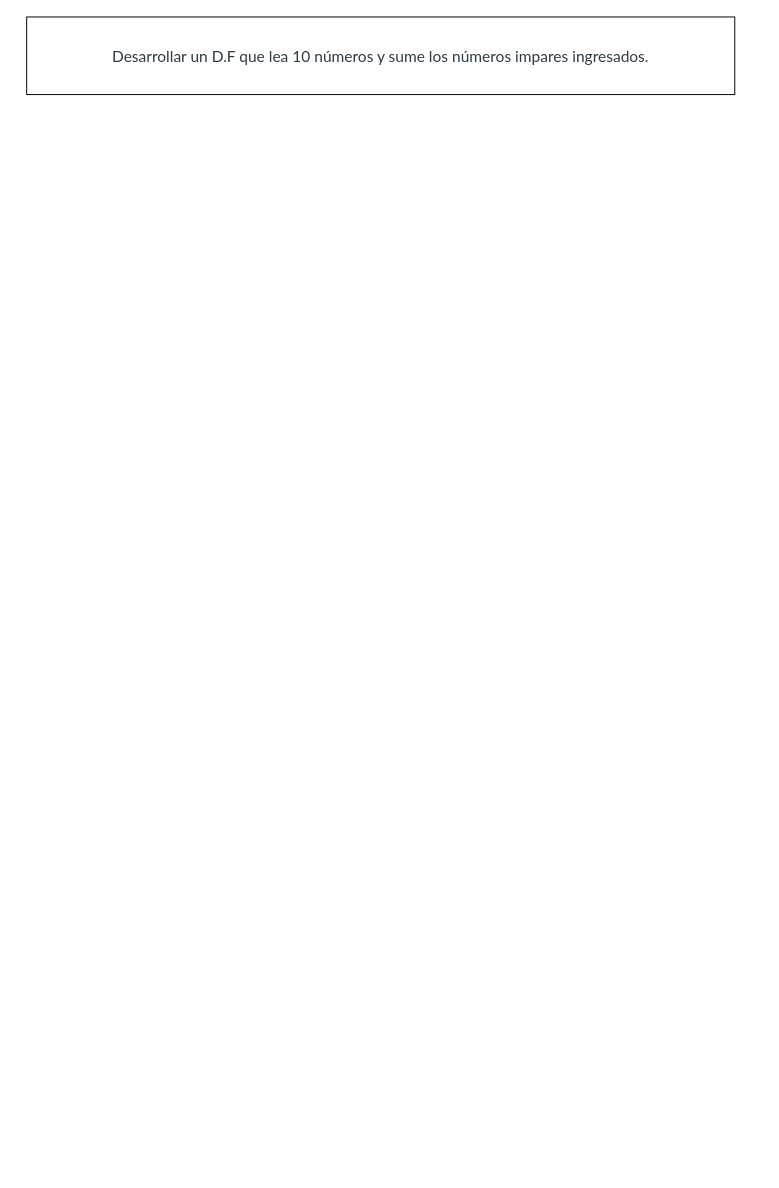
This is page "Page-4" (4 of 4) of Untitled Diagram.drawio from 12RodrigoDuran/Formula, a draw.io file, before an edit. Source tidied: cells renumbered, new cells numbered last; positions are measured from the earlier drawing's top-left corner, leaving out a move shared by most shapes. Both pictures are drawn from the tidied source at 97%, with x=0, y=0 at pixel (26, 16).
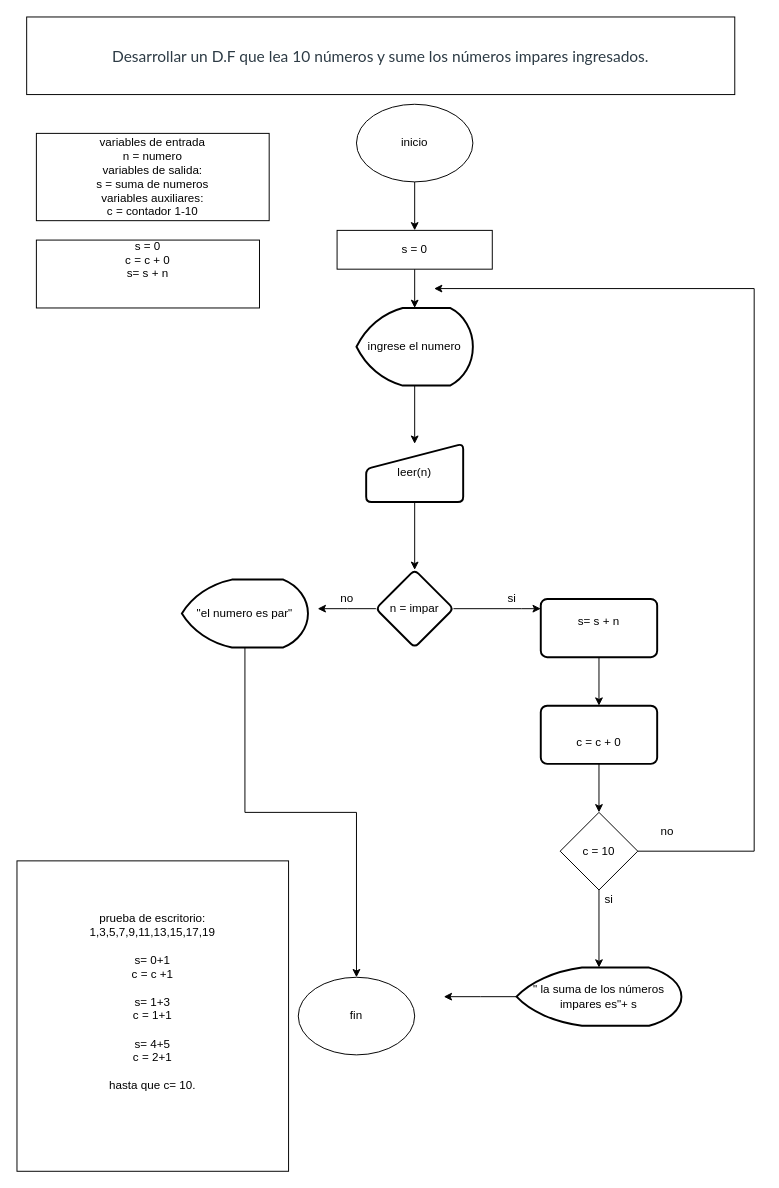
The same page after the edit.

The edit, as a diff of the source:
```diff
@@
+    <mxCell id="3" style="edgeStyle=orthogonalEdgeStyle;rounded=0;jettySize=auto;html=1;" parent="1" edge="1" source="4" target="6">
+      <mxGeometry relative="1" as="geometry" />
+    </mxCell>
+    <mxCell id="4" value="inicio" style="ellipse;whiteSpace=wrap;html=1;" parent="1" vertex="1">
+      <mxGeometry x="340" y="90" width="120" height="80" as="geometry" />
+    </mxCell>
+    <mxCell id="5" style="edgeStyle=orthogonalEdgeStyle;rounded=0;jettySize=auto;html=1;" parent="1" edge="1" source="6" target="10">
+      <mxGeometry relative="1" as="geometry" />
+    </mxCell>
+    <mxCell id="6" value="s = 0" style="whiteSpace=wrap;html=1;" parent="1" vertex="1">
+      <mxGeometry x="320" y="220" width="160" height="40" as="geometry" />
+    </mxCell>
+    <mxCell id="7" value="variables de entrada&lt;br&gt;n = numero&lt;br&gt;variables de salida:&lt;br&gt;s = suma de numeros&lt;br&gt;variables auxiliares:&lt;br&gt;c = contador 1-10&lt;br&gt;" style="rounded=0;whiteSpace=wrap;html=1;" parent="1" vertex="1">
+      <mxGeometry x="10" y="120" width="240" height="90" as="geometry" />
+    </mxCell>
+    <mxCell id="8" value="&lt;span&gt;s = 0&lt;br&gt;c = c + 0&lt;br&gt;s= s + n&lt;br&gt;&lt;br&gt;&lt;br&gt;&lt;/span&gt;" style="rounded=0;whiteSpace=wrap;html=1;" parent="1" vertex="1">
+      <mxGeometry x="10" y="230" width="230" height="70" as="geometry" />
+    </mxCell>
+    <mxCell id="9" style="edgeStyle=orthogonalEdgeStyle;rounded=0;jettySize=auto;html=1;" parent="1" edge="1" source="10" target="12">
+      <mxGeometry relative="1" as="geometry" />
+    </mxCell>
+    <mxCell id="10" value="ingrese el numero" style="strokeWidth=2;html=1;shape=mxgraph.flowchart.display;whiteSpace=wrap;" parent="1" vertex="1">
+      <mxGeometry x="340" y="300" width="120" height="80" as="geometry" />
+    </mxCell>
+    <mxCell id="11" style="edgeStyle=orthogonalEdgeStyle;rounded=0;jettySize=auto;html=1;" parent="1" edge="1" source="12" target="15">
+      <mxGeometry relative="1" as="geometry" />
+    </mxCell>
+    <mxCell id="12" value="leer(n)" style="html=1;strokeWidth=2;shape=manualInput;whiteSpace=wrap;rounded=1;size=26;arcSize=11;" parent="1" vertex="1">
+      <mxGeometry x="350" y="440" width="100" height="60" as="geometry" />
+    </mxCell>
+    <mxCell id="13" style="edgeStyle=orthogonalEdgeStyle;rounded=0;jettySize=auto;html=1;" parent="1" edge="1" source="15">
+      <mxGeometry relative="1" as="geometry">
+        <mxPoint x="300" y="610" as="targetPoint" />
+      </mxGeometry>
+    </mxCell>
+    <mxCell id="14" style="edgeStyle=orthogonalEdgeStyle;rounded=0;jettySize=auto;html=1;" parent="1" edge="1" source="15">
+      <mxGeometry relative="1" as="geometry">
+        <mxPoint x="530" y="610" as="targetPoint" />
+        <Array as="points">
+          <mxPoint x="510" y="610" />
+          <mxPoint x="510" y="610" />
+        </Array>
+      </mxGeometry>
+    </mxCell>
+    <mxCell id="15" value="n = impar" style="rhombus;whiteSpace=wrap;html=1;rounded=1;strokeWidth=2;arcSize=11;" parent="1" vertex="1">
+      <mxGeometry x="360" y="570" width="80" height="80" as="geometry" />
+    </mxCell>
+    <mxCell id="16" style="edgeStyle=orthogonalEdgeStyle;rounded=0;jettySize=auto;html=1;" parent="1" edge="1" source="17" target="20">
+      <mxGeometry relative="1" as="geometry" />
+    </mxCell>
+    <mxCell id="17" value="&lt;span&gt;s= s + n&lt;/span&gt;&lt;br&gt;&lt;span&gt;&lt;br&gt;&lt;/span&gt;" style="whiteSpace=wrap;html=1;rounded=1;strokeWidth=2;arcSize=11;" parent="1" vertex="1">
+      <mxGeometry x="530" y="600" width="120" height="60" as="geometry" />
+    </mxCell>
+    <mxCell id="18" value="si" style="text;html=1;align=center;verticalAlign=middle;" parent="1" vertex="1">
+      <mxGeometry x="490" y="590" width="20" height="20" as="geometry" />
+    </mxCell>
+    <mxCell id="19" style="edgeStyle=orthogonalEdgeStyle;rounded=0;jettySize=auto;html=1;" parent="1" edge="1" source="20" target="28">
+      <mxGeometry relative="1" as="geometry" />
+    </mxCell>
+    <mxCell id="20" value="&lt;br&gt;c = c + 0&lt;span&gt;&lt;br&gt;&lt;/span&gt;" style="whiteSpace=wrap;html=1;rounded=1;strokeWidth=2;arcSize=11;" parent="1" vertex="1">
+      <mxGeometry x="530" y="710" width="120" height="60" as="geometry" />
+    </mxCell>
+    <mxCell id="21" style="edgeStyle=orthogonalEdgeStyle;rounded=0;jettySize=auto;html=1;entryX=0.5;entryY=0;entryDx=0;entryDy=0;" parent="1" edge="1" source="22" target="31">
+      <mxGeometry relative="1" as="geometry" />
+    </mxCell>
+    <mxCell id="22" value="&quot;el numero es par&quot;" style="strokeWidth=2;html=1;shape=mxgraph.flowchart.display;whiteSpace=wrap;" parent="1" vertex="1">
+      <mxGeometry x="160" y="580" width="130" height="70" as="geometry" />
+    </mxCell>
+    <mxCell id="23" value="no" style="text;html=1;align=center;verticalAlign=middle;" parent="1" vertex="1">
+      <mxGeometry x="315" y="590" width="30" height="20" as="geometry" />
+    </mxCell>
+    <mxCell id="24" style="edgeStyle=orthogonalEdgeStyle;rounded=0;jettySize=auto;html=1;" parent="1" edge="1" source="25">
+      <mxGeometry relative="1" as="geometry">
+        <mxPoint x="430" y="1010" as="targetPoint" />
+      </mxGeometry>
+    </mxCell>
+    <mxCell id="25" value="&quot; la suma de los números impares es&quot;+ s" style="strokeWidth=2;html=1;shape=mxgraph.flowchart.display;whiteSpace=wrap;" parent="1" vertex="1">
+      <mxGeometry x="505" y="980" width="170" height="60" as="geometry" />
+    </mxCell>
+    <mxCell id="26" style="edgeStyle=orthogonalEdgeStyle;rounded=0;jettySize=auto;html=1;" parent="1" edge="1" source="28" target="25">
+      <mxGeometry relative="1" as="geometry" />
+    </mxCell>
+    <mxCell id="27" style="edgeStyle=orthogonalEdgeStyle;rounded=0;jettySize=auto;html=1;" parent="1" edge="1" source="28">
+      <mxGeometry relative="1" as="geometry">
+        <mxPoint x="420" y="280" as="targetPoint" />
+        <Array as="points">
+          <mxPoint x="750" y="860" />
+          <mxPoint x="750" y="280" />
+        </Array>
+      </mxGeometry>
+    </mxCell>
+    <mxCell id="28" value="c = 10" style="rhombus;whiteSpace=wrap;html=1;" parent="1" vertex="1">
+      <mxGeometry x="550" y="820" width="80" height="80" as="geometry" />
+    </mxCell>
+    <mxCell id="29" value="no" style="text;html=1;align=center;verticalAlign=middle;" parent="1" vertex="1">
+      <mxGeometry x="645" y="830" width="30" height="20" as="geometry" />
+    </mxCell>
+    <mxCell id="30" value="si" style="text;html=1;align=center;verticalAlign=middle;" parent="1" vertex="1">
+      <mxGeometry x="590" y="900" width="20" height="20" as="geometry" />
+    </mxCell>
+    <mxCell id="31" value="fin" style="ellipse;whiteSpace=wrap;html=1;" parent="1" vertex="1">
+      <mxGeometry x="280" y="990" width="120" height="80" as="geometry" />
+    </mxCell>
+    <mxCell id="32" value="prueba de escritorio:&lt;br&gt;1,3,5,7,9,11,13,15,17,19&lt;br&gt;&lt;br&gt;s= 0+1&lt;br&gt;c = c +1&lt;br&gt;&lt;br&gt;s= 1+3&lt;br&gt;c = 1+1&lt;br&gt;&lt;br&gt;s= 4+5&lt;br&gt;c = 2+1&lt;br&gt;&lt;br&gt;hasta que c= 10.&lt;br&gt;&lt;br&gt;&amp;nbsp;&lt;br&gt;" style="rounded=0;whiteSpace=wrap;html=1;" parent="1" vertex="1">
+      <mxGeometry x="-10" y="870" width="280" height="320" as="geometry" />
+    </mxCell>
```
